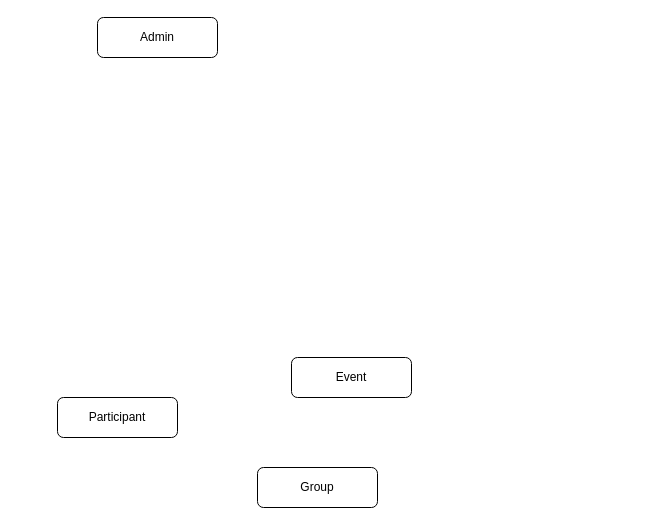
This is docs/er-diagram.drawio from Stackoverflow-SL/DevHitch-API, a draw.io file, before an edit. Source tidied: cells renumbered, new cells numbered last; positions are measured from the earlier drawing's top-left corner, leaving out a move shared by most shapes. Both pictures are drawn from the tidied source at 100%, with x=0, y=0 at pixel (57, 17).
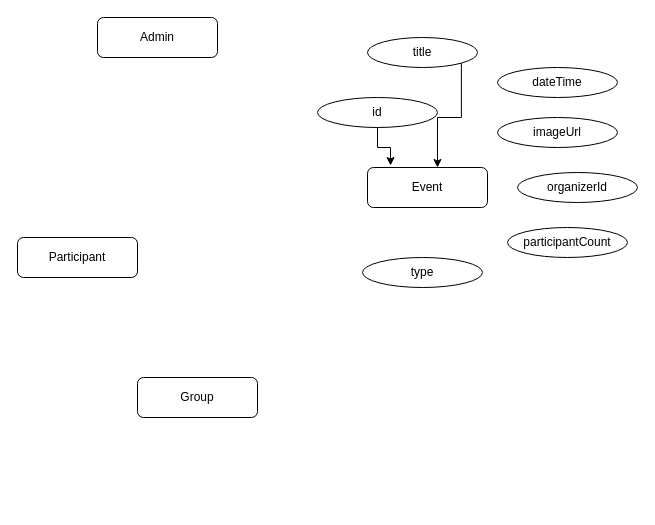
The same page after the edit.

The edit, as a diff of the source:
```diff
@@
 <mxGraphModel>
   <root>
     <mxCell id="0" />
     <mxCell id="1" parent="0" />
     <mxCell id="2" value="Admin" style="rounded=1;whiteSpace=wrap;html=1;" parent="1" vertex="1">
       <mxGeometry x="40" width="120" height="40" as="geometry" />
     </mxCell>
     <mxCell id="3" value="Group" style="rounded=1;whiteSpace=wrap;html=1;" parent="1" vertex="1">
-      <mxGeometry x="200" y="450" width="120" height="40" as="geometry" />
+      <mxGeometry x="80" y="360" width="120" height="40" as="geometry" />
     </mxCell>
     <mxCell id="4" value="Event" style="rounded=1;whiteSpace=wrap;html=1;" parent="1" vertex="1">
-      <mxGeometry x="234" y="340" width="120" height="40" as="geometry" />
+      <mxGeometry x="310" y="150" width="120" height="40" as="geometry" />
     </mxCell>
     <mxCell id="5" value="Participant" style="rounded=1;whiteSpace=wrap;html=1;" parent="1" vertex="1">
-      <mxGeometry y="380" width="120" height="40" as="geometry" />
+      <mxGeometry x="-40" y="220" width="120" height="40" as="geometry" />
     </mxCell>
+    <mxCell id="6" style="edgeStyle=orthogonalEdgeStyle;rounded=0;jettySize=auto;html=1;exitX=0.5;exitY=1;exitDx=0;exitDy=0;entryX=0.192;entryY=-0.05;entryDx=0;entryDy=0;entryPerimeter=0;" parent="1" edge="1" source="7" target="4">
+      <mxGeometry relative="1" as="geometry" />
+    </mxCell>
+    <mxCell id="7" value="id" style="ellipse;whiteSpace=wrap;html=1;" parent="1" vertex="1">
+      <mxGeometry x="260" y="80" width="120" height="30" as="geometry" />
+    </mxCell>
+    <mxCell id="8" style="edgeStyle=orthogonalEdgeStyle;rounded=0;jettySize=auto;html=1;exitX=1;exitY=1;exitDx=0;exitDy=0;entryX=0.583;entryY=0;entryDx=0;entryDy=0;entryPerimeter=0;" parent="1" edge="1" source="9" target="4">
+      <mxGeometry relative="1" as="geometry" />
+    </mxCell>
+    <mxCell id="9" value="title" style="ellipse;whiteSpace=wrap;html=1;" parent="1" vertex="1">
+      <mxGeometry x="310" y="20" width="110" height="30" as="geometry" />
+    </mxCell>
+    <mxCell id="10" value="dateTime" style="ellipse;whiteSpace=wrap;html=1;" parent="1" vertex="1">
+      <mxGeometry x="440" y="50" width="120" height="30" as="geometry" />
+    </mxCell>
+    <mxCell id="11" value="imageUrl" style="ellipse;whiteSpace=wrap;html=1;" parent="1" vertex="1">
+      <mxGeometry x="440" y="100" width="120" height="30" as="geometry" />
+    </mxCell>
+    <mxCell id="12" value="organizerId" style="ellipse;whiteSpace=wrap;html=1;" parent="1" vertex="1">
+      <mxGeometry x="460" y="155" width="120" height="30" as="geometry" />
+    </mxCell>
+    <mxCell id="13" value="participantCount" style="ellipse;whiteSpace=wrap;html=1;" parent="1" vertex="1">
+      <mxGeometry x="450" y="210" width="120" height="30" as="geometry" />
+    </mxCell>
+    <mxCell id="14" value="type" style="ellipse;whiteSpace=wrap;html=1;" parent="1" vertex="1">
+      <mxGeometry x="305" y="240" width="120" height="30" as="geometry" />
+    </mxCell>
   </root>
 </mxGraphModel>
```
